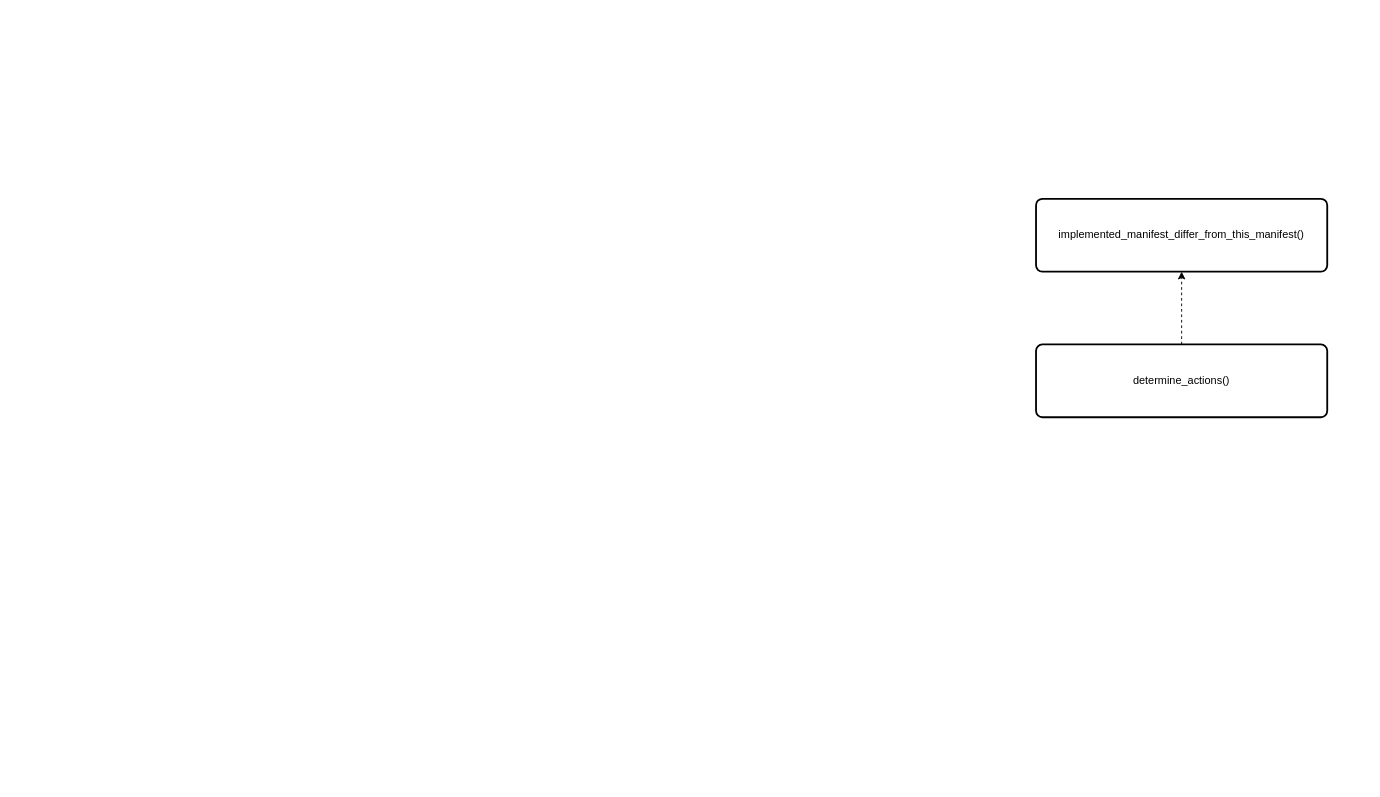
Above: page "Extension Processing" (2 of 2) of design-diagrams/processes.drawio in nicc777/py-animus (draw.io), before the change. Source tidied: cells renumbered, new cells numbered last; positions are measured from the earlier drawing's top-left corner, leaving out a move shared by most shapes. Both pictures are drawn from the tidied source at 91%, with x=0, y=0 at pixel (1036, 198).
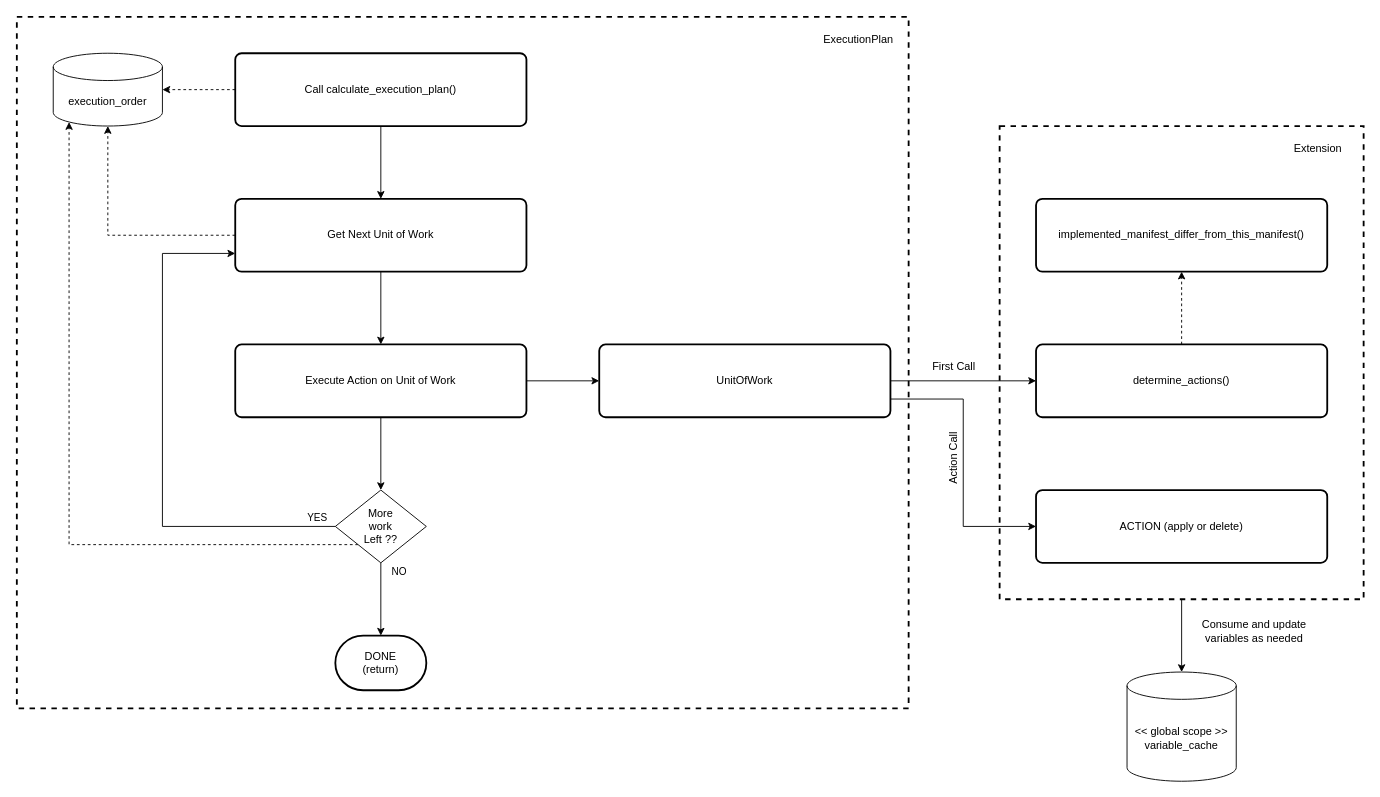
The same diagram, later.

Unchanged cells that the change refers to:
```xml
<mxCell id="3" value="determine_actions()" style="rounded=1;whiteSpace=wrap;html=1;absoluteArcSize=1;arcSize=14;strokeWidth=2;" parent="1" vertex="1">
  <mxGeometry y="160" width="320" height="80" as="geometry" />
</mxCell>
```

Diff of the diagram source:
```diff
@@
+    <mxCell id="5" style="rounded=0;whiteSpace=wrap;html=1;fillColor=none;dashed=1;strokeWidth=2;" parent="1" vertex="1">
+      <mxGeometry x="-1120" y="-200" width="980" height="760" as="geometry" />
+    </mxCell>
+    <mxCell id="6" style="edgeStyle=orthogonalEdgeStyle;rounded=0;jettySize=auto;html=1;entryX=0.5;entryY=0;entryDx=0;entryDy=0;entryPerimeter=0;" parent="1" edge="1" source="7" target="31">
+      <mxGeometry relative="1" as="geometry" />
+    </mxCell>
+    <mxCell id="7" style="rounded=0;whiteSpace=wrap;html=1;fillColor=none;dashed=1;strokeWidth=2;" parent="1" vertex="1">
+      <mxGeometry x="-40" y="-80" width="400" height="520" as="geometry" />
+    </mxCell>
@@
+    <mxCell id="8" value="ACTION (apply or delete)" style="rounded=1;whiteSpace=wrap;html=1;absoluteArcSize=1;arcSize=14;strokeWidth=2;" parent="1" vertex="1">
+      <mxGeometry y="320" width="320" height="80" as="geometry" />
+    </mxCell>
+    <mxCell id="9" style="edgeStyle=orthogonalEdgeStyle;rounded=0;jettySize=auto;html=1;entryX=0;entryY=0.5;entryDx=0;entryDy=0;" parent="1" edge="1" source="11" target="3">
+      <mxGeometry relative="1" as="geometry" />
+    </mxCell>
+    <mxCell id="10" style="edgeStyle=orthogonalEdgeStyle;rounded=0;jettySize=auto;html=1;entryX=0;entryY=0.5;entryDx=0;entryDy=0;" parent="1" edge="1" source="11" target="8">
+      <mxGeometry relative="1" as="geometry">
+        <Array as="points">
+          <mxPoint x="-80" y="220" />
+          <mxPoint x="-80" y="360" />
+        </Array>
+      </mxGeometry>
+    </mxCell>
+    <mxCell id="11" value="UnitOfWork" style="rounded=1;whiteSpace=wrap;html=1;absoluteArcSize=1;arcSize=14;strokeWidth=2;" parent="1" vertex="1">
+      <mxGeometry x="-480" y="160" width="320" height="80" as="geometry" />
+    </mxCell>
+    <mxCell id="12" value="First Call" style="text;html=1;strokeColor=none;fillColor=none;align=center;verticalAlign=middle;whiteSpace=wrap;rounded=0;" parent="1" vertex="1">
+      <mxGeometry x="-120" y="170" width="60" height="30" as="geometry" />
+    </mxCell>
+    <mxCell id="13" value="Action Call" style="text;html=1;strokeColor=none;fillColor=none;align=center;verticalAlign=middle;whiteSpace=wrap;rounded=0;rotation=-90;" parent="1" vertex="1">
+      <mxGeometry x="-120" y="270" width="60" height="30" as="geometry" />
+    </mxCell>
+    <mxCell id="14" value="Extension" style="text;html=1;strokeColor=none;fillColor=none;align=center;verticalAlign=middle;whiteSpace=wrap;rounded=0;" parent="1" vertex="1">
+      <mxGeometry x="280" y="-70" width="60" height="30" as="geometry" />
+    </mxCell>
+    <mxCell id="15" style="edgeStyle=orthogonalEdgeStyle;rounded=0;jettySize=auto;html=1;entryX=0.5;entryY=0;entryDx=0;entryDy=0;" parent="1" edge="1" source="17" target="20">
+      <mxGeometry relative="1" as="geometry" />
+    </mxCell>
+    <mxCell id="16" style="edgeStyle=orthogonalEdgeStyle;rounded=0;jettySize=auto;html=1;entryX=1;entryY=0.5;entryDx=0;entryDy=0;entryPerimeter=0;dashed=1;" parent="1" edge="1" source="17" target="24">
+      <mxGeometry relative="1" as="geometry" />
+    </mxCell>
+    <mxCell id="17" value="Call&amp;nbsp;calculate_execution_plan()" style="rounded=1;whiteSpace=wrap;html=1;absoluteArcSize=1;arcSize=14;strokeWidth=2;" parent="1" vertex="1">
+      <mxGeometry x="-880" y="-160" width="320" height="80" as="geometry" />
+    </mxCell>
+    <mxCell id="18" style="edgeStyle=orthogonalEdgeStyle;rounded=0;jettySize=auto;html=1;entryX=0.5;entryY=0;entryDx=0;entryDy=0;" parent="1" edge="1" source="20" target="23">
+      <mxGeometry relative="1" as="geometry" />
+    </mxCell>
+    <mxCell id="19" style="edgeStyle=orthogonalEdgeStyle;rounded=0;jettySize=auto;html=1;entryX=0.5;entryY=1;entryDx=0;entryDy=0;entryPerimeter=0;dashed=1;" parent="1" edge="1" source="20" target="24">
+      <mxGeometry relative="1" as="geometry" />
+    </mxCell>
+    <mxCell id="20" value="Get Next Unit of Work" style="rounded=1;whiteSpace=wrap;html=1;absoluteArcSize=1;arcSize=14;strokeWidth=2;" parent="1" vertex="1">
+      <mxGeometry x="-880" width="320" height="80" as="geometry" />
+    </mxCell>
+    <mxCell id="21" style="edgeStyle=orthogonalEdgeStyle;rounded=0;jettySize=auto;html=1;entryX=0;entryY=0.5;entryDx=0;entryDy=0;" parent="1" edge="1" source="23" target="11">
+      <mxGeometry relative="1" as="geometry" />
+    </mxCell>
+    <mxCell id="22" style="edgeStyle=orthogonalEdgeStyle;rounded=0;jettySize=auto;html=1;entryX=0.5;entryY=0;entryDx=0;entryDy=0;" parent="1" edge="1" source="23" target="28">
+      <mxGeometry relative="1" as="geometry" />
+    </mxCell>
+    <mxCell id="23" value="Execute Action on Unit of Work" style="rounded=1;whiteSpace=wrap;html=1;absoluteArcSize=1;arcSize=14;strokeWidth=2;" parent="1" vertex="1">
+      <mxGeometry x="-880" y="160" width="320" height="80" as="geometry" />
+    </mxCell>
+    <mxCell id="24" value="execution_order" style="shape=cylinder3;whiteSpace=wrap;html=1;boundedLbl=1;backgroundOutline=1;size=15;" parent="1" vertex="1">
+      <mxGeometry x="-1080" y="-160" width="120" height="80" as="geometry" />
+    </mxCell>
+    <mxCell id="25" style="edgeStyle=orthogonalEdgeStyle;rounded=0;jettySize=auto;html=1;entryX=0.145;entryY=1;entryDx=0;entryDy=-4.35;entryPerimeter=0;dashed=1;" parent="1" edge="1" source="28" target="24">
+      <mxGeometry relative="1" as="geometry">
+        <Array as="points">
+          <mxPoint x="-1063" y="380" />
+        </Array>
+      </mxGeometry>
+    </mxCell>
+    <mxCell id="26" value="YES" style="edgeStyle=orthogonalEdgeStyle;rounded=0;jettySize=auto;html=1;entryX=0;entryY=0.75;entryDx=0;entryDy=0;" parent="1" edge="1" source="28" target="20">
+      <mxGeometry x="-0.93" y="-10" relative="1" as="geometry">
+        <Array as="points">
+          <mxPoint x="-960" y="360" />
+          <mxPoint x="-960" y="60" />
+        </Array>
+      </mxGeometry>
+    </mxCell>
+    <mxCell id="27" value="NO" style="edgeStyle=orthogonalEdgeStyle;rounded=0;jettySize=auto;html=1;entryX=0.5;entryY=0;entryDx=0;entryDy=0;entryPerimeter=0;" parent="1" edge="1" source="28" target="29">
+      <mxGeometry x="-0.75" y="20" relative="1" as="geometry" />
+    </mxCell>
+    <mxCell id="28" value="More &lt;br&gt;work&lt;br&gt;Left ??" style="rhombus;whiteSpace=wrap;html=1;" parent="1" vertex="1">
+      <mxGeometry x="-770" y="320" width="100" height="80" as="geometry" />
+    </mxCell>
+    <mxCell id="29" value="DONE&lt;br&gt;(return)" style="strokeWidth=2;html=1;shape=mxgraph.flowchart.terminator;whiteSpace=wrap;" parent="1" vertex="1">
+      <mxGeometry x="-770" y="480" width="100" height="60" as="geometry" />
+    </mxCell>
+    <mxCell id="30" value="ExecutionPlan" style="text;html=1;strokeColor=none;fillColor=none;align=center;verticalAlign=middle;whiteSpace=wrap;rounded=0;" parent="1" vertex="1">
+      <mxGeometry x="-240" y="-190" width="90" height="30" as="geometry" />
+    </mxCell>
+    <mxCell id="31" value="&amp;lt;&amp;lt; global scope &amp;gt;&amp;gt;&lt;br&gt;variable_cache" style="shape=cylinder3;whiteSpace=wrap;html=1;boundedLbl=1;backgroundOutline=1;size=15;" parent="1" vertex="1">
+      <mxGeometry x="100" y="520" width="120" height="120" as="geometry" />
+    </mxCell>
+    <mxCell id="32" value="Consume and update variables as needed" style="text;html=1;strokeColor=none;fillColor=none;align=center;verticalAlign=middle;whiteSpace=wrap;rounded=0;" parent="1" vertex="1">
+      <mxGeometry x="180" y="460" width="120" height="30" as="geometry" />
+    </mxCell>
```
